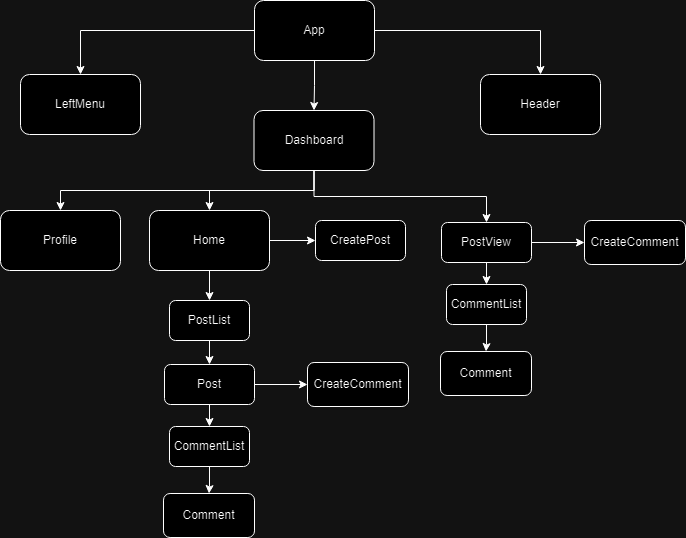
Above: Documents/ComponentTree.png in boolean-uk/react-cohort-dashboard-challenge (draw.io), before the change. Source tidied: cells renumbered, new cells last; positions are measured from the earlier drawing's top-left corner, leaving out a move shared by most shapes.
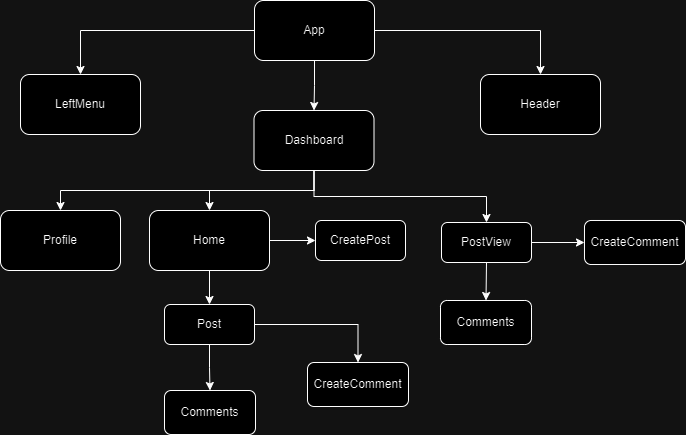
After the change.

What changed in the source:
```diff
@@ -32,65 +32,47 @@
     <mxCell id="11" value="Header" style="whiteSpace=wrap;html=1;rounded=1;" parent="1" vertex="1">
       <mxGeometry x="480" y="74" width="120" height="60" as="geometry" />
     </mxCell>
-    <mxCell id="12" style="edgeStyle=orthogonalEdgeStyle;rounded=0;jettySize=auto;html=1;" parent="1" edge="1" source="14" target="16">
-      <mxGeometry relative="1" as="geometry" />
-    </mxCell>
     <mxCell id="13" style="edgeStyle=orthogonalEdgeStyle;rounded=0;jettySize=auto;html=1;" parent="1" edge="1" source="14" target="23">
       <mxGeometry relative="1" as="geometry" />
     </mxCell>
+    <mxCell id="33" style="edgeStyle=orthogonalEdgeStyle;rounded=0;jettySize=auto;html=1;exitX=0.5;exitY=1;exitDx=0;exitDy=0;entryX=0.5;entryY=0;entryDx=0;entryDy=0;" parent="1" edge="1" source="14" target="19">
+      <mxGeometry relative="1" as="geometry" />
+    </mxCell>
     <mxCell id="14" value="Home" style="whiteSpace=wrap;html=1;rounded=1;" parent="1" vertex="1">
       <mxGeometry x="149" y="210" width="120" height="60" as="geometry" />
     </mxCell>
-    <mxCell id="15" style="edgeStyle=orthogonalEdgeStyle;rounded=0;jettySize=auto;html=1;" parent="1" edge="1" source="16" target="19">
-      <mxGeometry relative="1" as="geometry" />
-    </mxCell>
-    <mxCell id="16" value="PostList" style="whiteSpace=wrap;html=1;rounded=1;" parent="1" vertex="1">
-      <mxGeometry x="169" y="300" width="80" height="40" as="geometry" />
-    </mxCell>
-    <mxCell id="17" style="edgeStyle=orthogonalEdgeStyle;rounded=0;jettySize=auto;html=1;" parent="1" edge="1" source="19" target="21">
-      <mxGeometry relative="1" as="geometry" />
-    </mxCell>
     <mxCell id="18" style="edgeStyle=orthogonalEdgeStyle;rounded=0;jettySize=auto;html=1;" parent="1" edge="1" source="19" target="25">
       <mxGeometry relative="1" as="geometry" />
     </mxCell>
+    <mxCell id="34" style="edgeStyle=orthogonalEdgeStyle;rounded=0;jettySize=auto;html=1;exitX=0.5;exitY=1;exitDx=0;exitDy=0;entryX=0.5;entryY=0;entryDx=0;entryDy=0;" parent="1" edge="1" source="19" target="24">
+      <mxGeometry relative="1" as="geometry" />
+    </mxCell>
     <mxCell id="19" value="Post" style="whiteSpace=wrap;html=1;rounded=1;" parent="1" vertex="1">
-      <mxGeometry x="164" y="364" width="90" height="40" as="geometry" />
+      <mxGeometry x="164" y="304" width="90" height="40" as="geometry" />
     </mxCell>
-    <mxCell id="20" style="edgeStyle=orthogonalEdgeStyle;rounded=0;jettySize=auto;html=1;" parent="1" edge="1" source="21" target="24">
-      <mxGeometry relative="1" as="geometry" />
-    </mxCell>
-    <mxCell id="21" value="CommentList" style="whiteSpace=wrap;html=1;rounded=1;" parent="1" vertex="1">
-      <mxGeometry x="169" y="426" width="80" height="40" as="geometry" />
-    </mxCell>
     <mxCell id="22" value="Profile" style="rounded=1;whiteSpace=wrap;html=1;" parent="1" vertex="1">
       <mxGeometry y="210" width="120" height="60" as="geometry" />
     </mxCell>
     <mxCell id="23" value="CreatePost" style="whiteSpace=wrap;html=1;rounded=1;" parent="1" vertex="1">
       <mxGeometry x="315" y="220" width="90" height="40" as="geometry" />
     </mxCell>
-    <mxCell id="24" value="Comment" style="whiteSpace=wrap;html=1;rounded=1;" parent="1" vertex="1">
-      <mxGeometry x="163" y="493" width="91" height="44" as="geometry" />
+    <mxCell id="24" value="Comments" style="whiteSpace=wrap;html=1;rounded=1;" parent="1" vertex="1">
+      <mxGeometry x="164" y="390" width="91" height="44" as="geometry" />
     </mxCell>
     <mxCell id="25" value="CreateComment" style="whiteSpace=wrap;html=1;rounded=1;" parent="1" vertex="1">
       <mxGeometry x="307" y="362" width="101" height="44" as="geometry" />
     </mxCell>
-    <mxCell id="26" style="edgeStyle=orthogonalEdgeStyle;rounded=0;jettySize=auto;html=1;" parent="1" edge="1" source="28" target="30">
-      <mxGeometry relative="1" as="geometry" />
-    </mxCell>
     <mxCell id="27" style="edgeStyle=orthogonalEdgeStyle;rounded=0;jettySize=auto;html=1;" parent="1" edge="1" source="28" target="32">
       <mxGeometry relative="1" as="geometry" />
     </mxCell>
+    <mxCell id="35" style="edgeStyle=orthogonalEdgeStyle;rounded=0;jettySize=auto;html=1;exitX=0.5;exitY=1;exitDx=0;exitDy=0;entryX=0.5;entryY=0;entryDx=0;entryDy=0;" parent="1" edge="1" source="28" target="31">
+      <mxGeometry relative="1" as="geometry" />
+    </mxCell>
     <mxCell id="28" value="PostView" style="whiteSpace=wrap;html=1;rounded=1;" parent="1" vertex="1">
       <mxGeometry x="441" y="222" width="90" height="40" as="geometry" />
     </mxCell>
-    <mxCell id="29" style="edgeStyle=orthogonalEdgeStyle;rounded=0;jettySize=auto;html=1;" parent="1" edge="1" source="30" target="31">
-      <mxGeometry relative="1" as="geometry" />
-    </mxCell>
-    <mxCell id="30" value="CommentList" style="whiteSpace=wrap;html=1;rounded=1;" parent="1" vertex="1">
-      <mxGeometry x="446" y="284" width="80" height="40" as="geometry" />
-    </mxCell>
-    <mxCell id="31" value="Comment" style="whiteSpace=wrap;html=1;rounded=1;" parent="1" vertex="1">
-      <mxGeometry x="440" y="351" width="91" height="44" as="geometry" />
+    <mxCell id="31" value="Comments" style="whiteSpace=wrap;html=1;rounded=1;" parent="1" vertex="1">
+      <mxGeometry x="440" y="300" width="91" height="44" as="geometry" />
     </mxCell>
     <mxCell id="32" value="CreateComment" style="whiteSpace=wrap;html=1;rounded=1;" parent="1" vertex="1">
       <mxGeometry x="584" y="220" width="101" height="44" as="geometry" />
```
